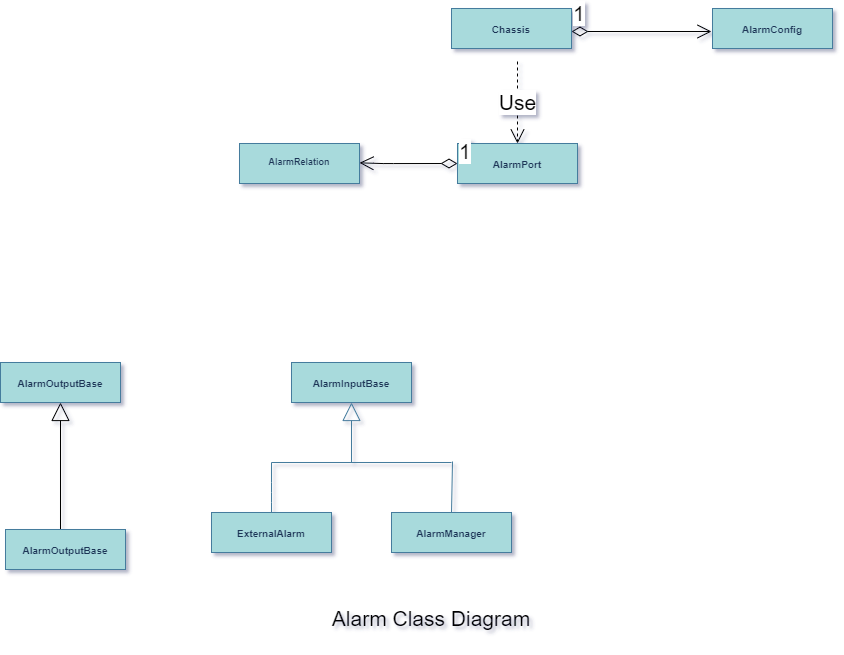
Steve888888/FN-Redundancy keeps this draw.io diagram as UML/AlarmManager.png. Above is the earlier version. Source tidied: cells renumbered, new cells last; positions are measured from the earlier drawing's top-left corner, leaving out a move shared by most shapes.
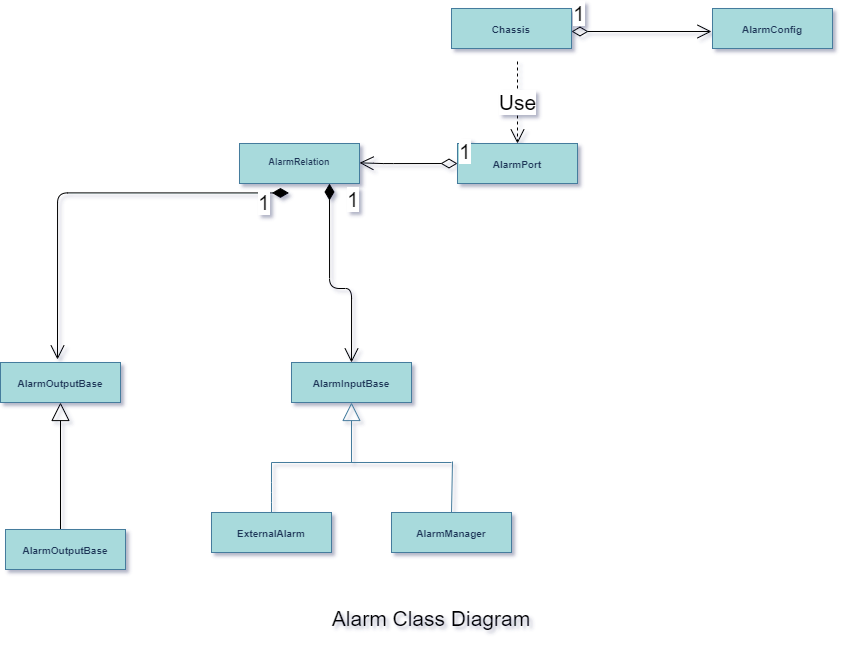
The same diagram one commit later.

Change to the diagram source:
```diff
@@ -95,5 +95,18 @@
     <mxCell id="23" value="&lt;p style=&quot;margin: 4px 0px 0px ; text-align: center ; font-size: 10px&quot;&gt;&lt;br&gt;&lt;b&gt;AlarmOutputBase&lt;/b&gt;&lt;/p&gt;" style="verticalAlign=top;align=left;overflow=fill;fontSize=12;fontFamily=Helvetica;html=1;fillColor=#A8DADC;strokeColor=#457B9D;fontColor=#1D3557;" parent="1" vertex="1">
       <mxGeometry x="5" y="521" width="120" height="40" as="geometry" />
     </mxCell>
+    <mxCell id="24" value="1" style="endArrow=open;html=1;endSize=12;startArrow=diamondThin;startSize=14;startFill=1;edgeStyle=orthogonalEdgeStyle;align=left;verticalAlign=bottom;fontSize=21;exitX=0.75;exitY=1;exitDx=0;exitDy=0;entryX=0.5;entryY=0;entryDx=0;entryDy=0;" parent="1" edge="1" source="13" target="3">
+      <mxGeometry x="-0.69" y="16" relative="1" as="geometry">
+        <Array as="points">
+          <mxPoint x="329" y="280" />
+          <mxPoint x="351" y="280" />
+        </Array>
+      </mxGeometry>
+    </mxCell>
+    <mxCell id="25" value="1" style="endArrow=open;html=1;endSize=12;startArrow=diamondThin;startSize=14;startFill=1;edgeStyle=orthogonalEdgeStyle;align=left;verticalAlign=bottom;fontSize=21;exitX=0.412;exitY=1.236;exitDx=0;exitDy=0;exitPerimeter=0;" parent="1" edge="1" source="13">
+      <mxGeometry x="-0.84" y="25" relative="1" as="geometry">
+        <mxPoint x="57" y="351" as="targetPoint" />
+      </mxGeometry>
+    </mxCell>
   </root>
 </mxGraphModel>
```
